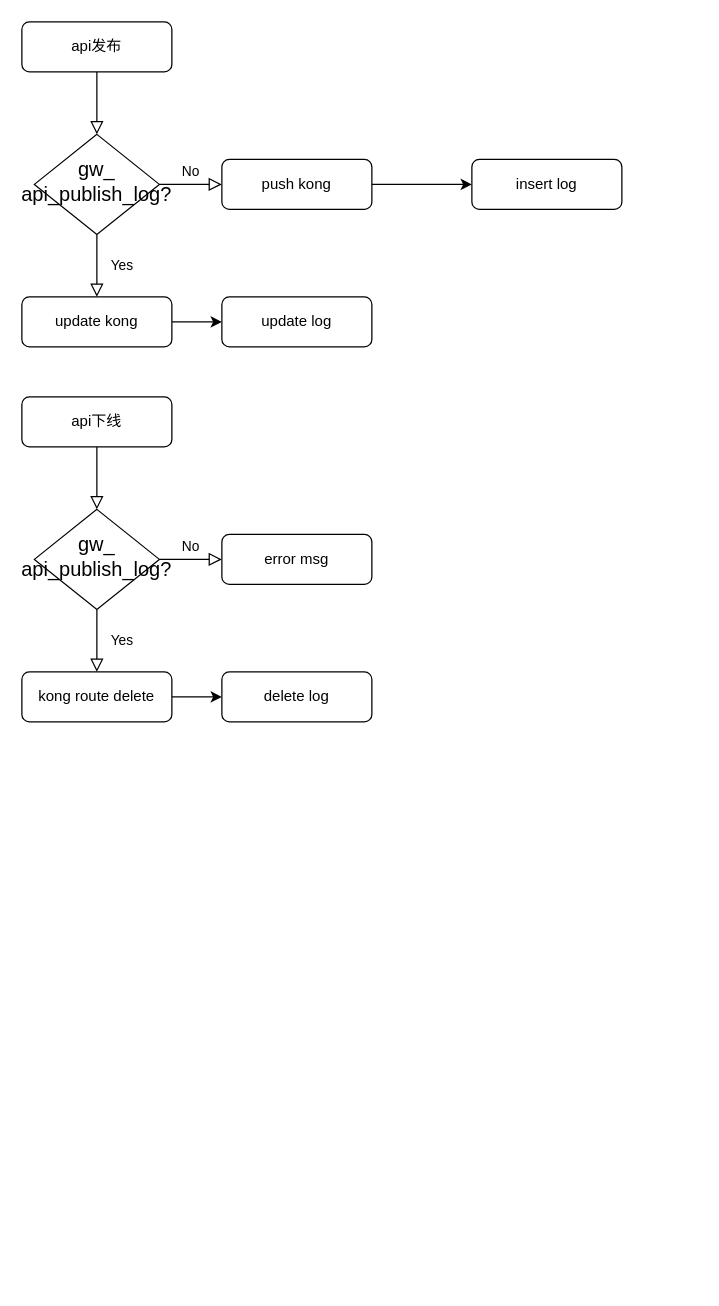
wssaidong/draw.io keeps this draw.io diagram as kong-api.drawio. Above is the earlier version. Source tidied: cells renumbered, new cells numbered last; positions are measured from the earlier drawing's top-left corner, leaving out a move shared by most shapes. Both pictures are drawn from the tidied source at 125%, with x=0, y=0 at pixel (21, 21).
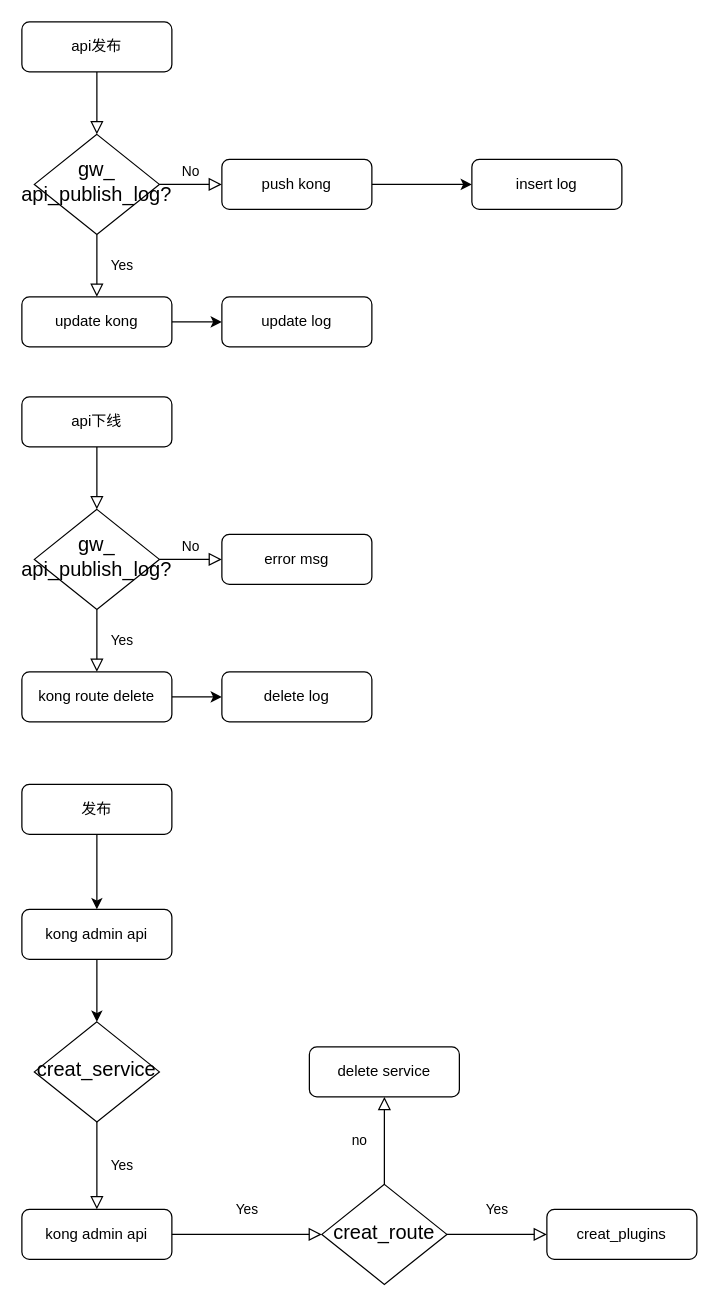
The same diagram, later.

Change to the diagram source:
```diff
@@
+    <mxCell id="22" style="edgeStyle=orthogonalEdgeStyle;rounded=0;jettySize=auto;html=1;" parent="1" edge="1" source="23" target="26">
+      <mxGeometry relative="1" as="geometry" />
+    </mxCell>
+    <mxCell id="23" value="发布" style="rounded=1;whiteSpace=wrap;html=1;fontSize=12;glass=0;strokeWidth=1;shadow=0;" parent="1" vertex="1">
+      <mxGeometry y="610" width="120" height="40" as="geometry" />
+    </mxCell>
+    <mxCell id="24" value="&lt;p class=&quot;MsoNormal&quot;&gt;&lt;span style=&quot;font-size: 16px&quot;&gt;creat_service&lt;/span&gt;&lt;/p&gt;" style="rhombus;whiteSpace=wrap;html=1;shadow=0;fontFamily=Helvetica;fontSize=12;align=center;strokeWidth=1;spacing=6;spacingTop=-4;" parent="1" vertex="1">
+      <mxGeometry x="10" y="800" width="100" height="80" as="geometry" />
+    </mxCell>
+    <mxCell id="25" style="edgeStyle=orthogonalEdgeStyle;rounded=0;jettySize=auto;html=1;" parent="1" edge="1" source="26" target="24">
+      <mxGeometry relative="1" as="geometry" />
+    </mxCell>
+    <mxCell id="26" value="kong admin api" style="rounded=1;whiteSpace=wrap;html=1;fontSize=12;glass=0;strokeWidth=1;shadow=0;" parent="1" vertex="1">
+      <mxGeometry y="710" width="120" height="40" as="geometry" />
+    </mxCell>
+    <mxCell id="27" value="kong admin api&lt;br&gt;" style="rounded=1;whiteSpace=wrap;html=1;fontSize=12;glass=0;strokeWidth=1;shadow=0;" parent="1" vertex="1">
+      <mxGeometry y="950" width="120" height="40" as="geometry" />
+    </mxCell>
+    <mxCell id="28" value="Yes" style="rounded=0;html=1;jettySize=auto;fontSize=11;endArrow=block;endFill=0;endSize=8;strokeWidth=1;shadow=0;labelBackgroundColor=none;edgeStyle=orthogonalEdgeStyle;entryX=0.5;entryY=0;entryDx=0;entryDy=0;exitX=0.5;exitY=1;exitDx=0;exitDy=0;" parent="1" edge="1" source="24" target="27">
+      <mxGeometry y="20" relative="1" as="geometry" />
+    </mxCell>
+    <mxCell id="29" value="&lt;p class=&quot;MsoNormal&quot;&gt;&lt;span style=&quot;font-size: 16px&quot;&gt;creat_route&lt;/span&gt;&lt;/p&gt;" style="rhombus;whiteSpace=wrap;html=1;shadow=0;fontFamily=Helvetica;fontSize=12;align=center;strokeWidth=1;spacing=6;spacingTop=-4;" parent="1" vertex="1">
+      <mxGeometry x="240" y="930" width="100" height="80" as="geometry" />
+    </mxCell>
+    <mxCell id="30" value="Yes" style="rounded=0;html=1;jettySize=auto;fontSize=11;endArrow=block;endFill=0;endSize=8;strokeWidth=1;shadow=0;labelBackgroundColor=none;edgeStyle=orthogonalEdgeStyle;entryX=0;entryY=0.5;entryDx=0;entryDy=0;exitX=1;exitY=0.5;exitDx=0;exitDy=0;" parent="1" edge="1" source="27" target="29">
+      <mxGeometry y="20" relative="1" as="geometry" />
+    </mxCell>
+    <mxCell id="31" value="no" style="rounded=0;html=1;jettySize=auto;fontSize=11;endArrow=block;endFill=0;endSize=8;strokeWidth=1;shadow=0;labelBackgroundColor=none;edgeStyle=orthogonalEdgeStyle;exitX=0.5;exitY=0;exitDx=0;exitDy=0;entryX=0.5;entryY=1;entryDx=0;entryDy=0;" parent="1" edge="1" source="29" target="32">
+      <mxGeometry y="20" relative="1" as="geometry" />
+    </mxCell>
+    <mxCell id="32" value="delete service" style="rounded=1;whiteSpace=wrap;html=1;fontSize=12;glass=0;strokeWidth=1;shadow=0;" parent="1" vertex="1">
+      <mxGeometry x="230" y="820" width="120" height="40" as="geometry" />
+    </mxCell>
+    <mxCell id="33" value="creat_plugins" style="rounded=1;whiteSpace=wrap;html=1;fontSize=12;glass=0;strokeWidth=1;shadow=0;" parent="1" vertex="1">
+      <mxGeometry x="420" y="950" width="120" height="40" as="geometry" />
+    </mxCell>
+    <mxCell id="34" value="Yes" style="rounded=0;html=1;jettySize=auto;fontSize=11;endArrow=block;endFill=0;endSize=8;strokeWidth=1;shadow=0;labelBackgroundColor=none;edgeStyle=orthogonalEdgeStyle;entryX=0;entryY=0.5;entryDx=0;entryDy=0;exitX=1;exitY=0.5;exitDx=0;exitDy=0;" parent="1" edge="1" source="29" target="33">
+      <mxGeometry y="20" relative="1" as="geometry" />
+    </mxCell>
```
